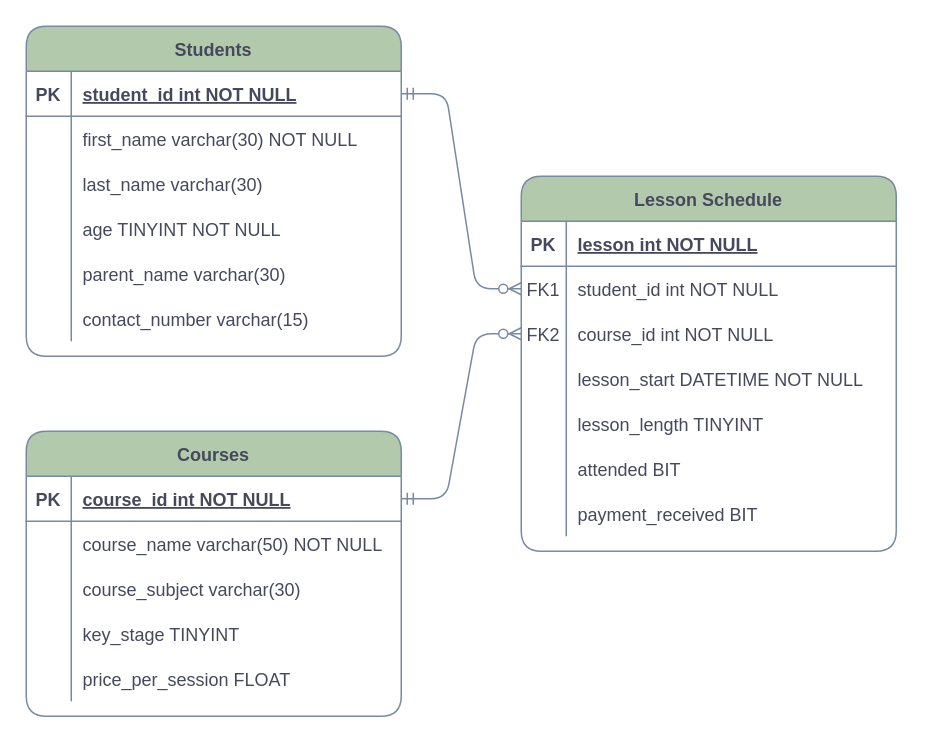
Earlier version of the draw.io diagram scheduler-erd.drawio (mani-01/Tuition-Scheduler-Webpage). Source tidied: cells renumbered, new cells numbered last; positions are measured from the earlier drawing's top-left corner, leaving out a move shared by most shapes. Both pictures are drawn from the tidied source at 150%, with x=0, y=0 at pixel (26, 26).
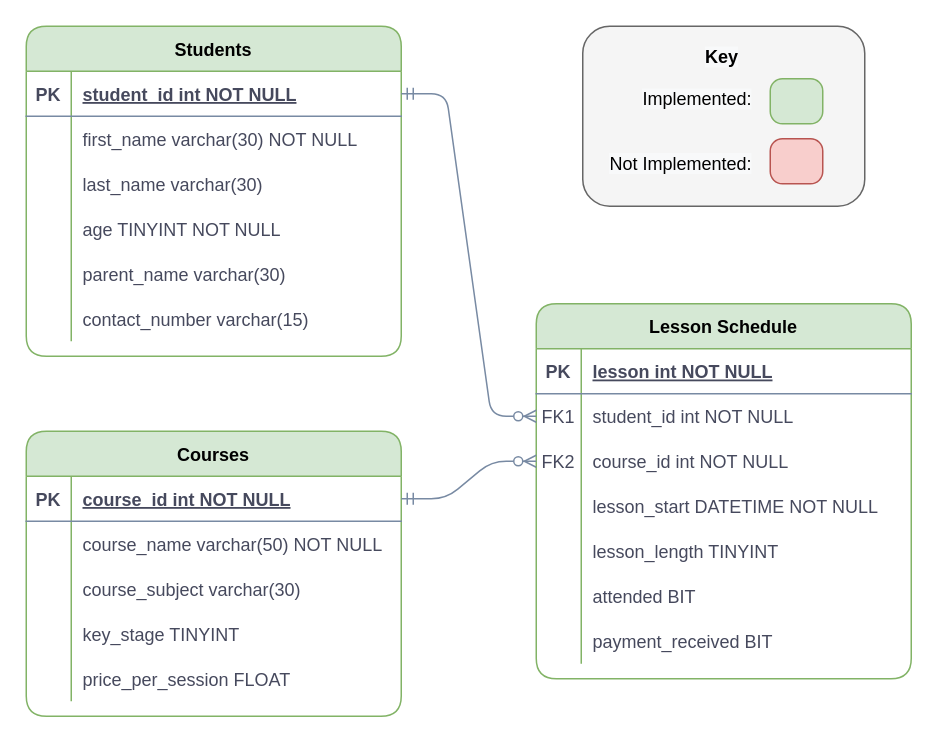
Above is the later version.

Commit message:
added key in erd

Diff of the diagram source:
```diff
@@
+    <mxCell id="61" style="rounded=1;whiteSpace=wrap;html=1;align=right;labelBackgroundColor=none;fillColor=#f5f5f5;strokeColor=#666666;fontColor=#333333;" parent="1" vertex="1">
+      <mxGeometry x="371" width="188" height="120" as="geometry" />
+    </mxCell>
-    <mxCell id="2" value="Lesson Schedule" style="shape=table;startSize=30;childLayout=tableLayout;rowLines=0;fontStyle=1;align=center;fillColor=#B2C9AB;strokeColor=#788AA3;fontColor=#46495D;rounded=1;strokeWidth=1;" parent="1" vertex="1">
-      <mxGeometry x="330" y="100" width="250" height="250" as="geometry" />
+    <mxCell id="2" value="Lesson Schedule" style="shape=table;startSize=30;childLayout=tableLayout;rowLines=0;fontStyle=1;align=center;fillColor=#d5e8d4;strokeColor=#82b366;rounded=1;strokeWidth=1;" parent="1" vertex="1">
+      <mxGeometry x="340" y="185" width="250" height="250" as="geometry" />
     </mxCell>
@@
-    <mxCell id="24" value="Courses" style="shape=table;startSize=30;childLayout=tableLayout;rowLines=0;fontStyle=1;align=center;fillColor=#B2C9AB;strokeColor=#788AA3;fontColor=#46495D;rounded=1;strokeWidth=1;" parent="1" vertex="1">
+    <mxCell id="24" value="Courses" style="shape=table;startSize=30;childLayout=tableLayout;rowLines=0;fontStyle=1;align=center;fillColor=#d5e8d4;strokeColor=#82b366;rounded=1;strokeWidth=1;" parent="1" vertex="1">
       <mxGeometry y="270" width="250" height="190" as="geometry" />
     </mxCell>
@@
-    <mxCell id="40" value="Students" style="shape=table;startSize=30;childLayout=tableLayout;rowLines=0;fontStyle=1;align=center;fillColor=#B2C9AB;strokeColor=#788AA3;fontColor=#46495D;rounded=1;strokeWidth=1;" parent="1" vertex="1">
+    <mxCell id="40" value="Students" style="shape=table;startSize=30;childLayout=tableLayout;rowLines=0;fontStyle=1;align=center;fillColor=#d5e8d4;strokeColor=#82b366;rounded=1;strokeWidth=1;" parent="1" vertex="1">
       <mxGeometry width="250" height="220" as="geometry" />
     </mxCell>
@@
+    <mxCell id="62" style="rounded=1;whiteSpace=wrap;html=1;arcSize=27;fillColor=#d5e8d4;strokeColor=#82b366;" parent="1" vertex="1">
+      <mxGeometry x="496" y="35" width="35" height="30" as="geometry" />
+    </mxCell>
+    <mxCell id="63" style="rounded=1;whiteSpace=wrap;html=1;arcSize=27;fillColor=#f8cecc;strokeColor=#b85450;" parent="1" vertex="1">
+      <mxGeometry x="496" y="75" width="35" height="30" as="geometry" />
+    </mxCell>
+    <mxCell id="64" value="&lt;span style=&quot;color: rgb(0 , 0 , 0) ; font-family: &amp;#34;helvetica&amp;#34; ; font-size: 12px ; font-style: normal ; font-weight: 700 ; letter-spacing: normal ; text-align: center ; text-indent: 0px ; text-transform: none ; word-spacing: 0px ; background-color: rgb(248 , 249 , 250) ; display: inline ; float: none&quot;&gt;Key&lt;br&gt;&lt;/span&gt;" style="text;whiteSpace=wrap;html=1;" parent="1" vertex="1">
+      <mxGeometry x="451" y="7" width="80" height="30" as="geometry" />
+    </mxCell>
+    <mxCell id="65" value="&lt;span style=&quot;color: rgb(0 , 0 , 0) ; font-family: &amp;#34;helvetica&amp;#34; ; font-size: 12px ; font-style: normal ; letter-spacing: normal ; text-indent: 0px ; text-transform: none ; word-spacing: 0px ; background-color: rgb(248 , 249 , 250) ; display: inline ; float: none&quot;&gt;&lt;span style=&quot;font-weight: normal&quot;&gt;Implemented:&lt;br&gt;&lt;br&gt;&lt;br&gt;Not Implemented:&lt;/span&gt;&lt;br&gt;&lt;/span&gt;" style="text;whiteSpace=wrap;html=1;fontStyle=1;align=right;" parent="1" vertex="1">
+      <mxGeometry x="376" y="35" width="110" height="30" as="geometry" />
+    </mxCell>
```
